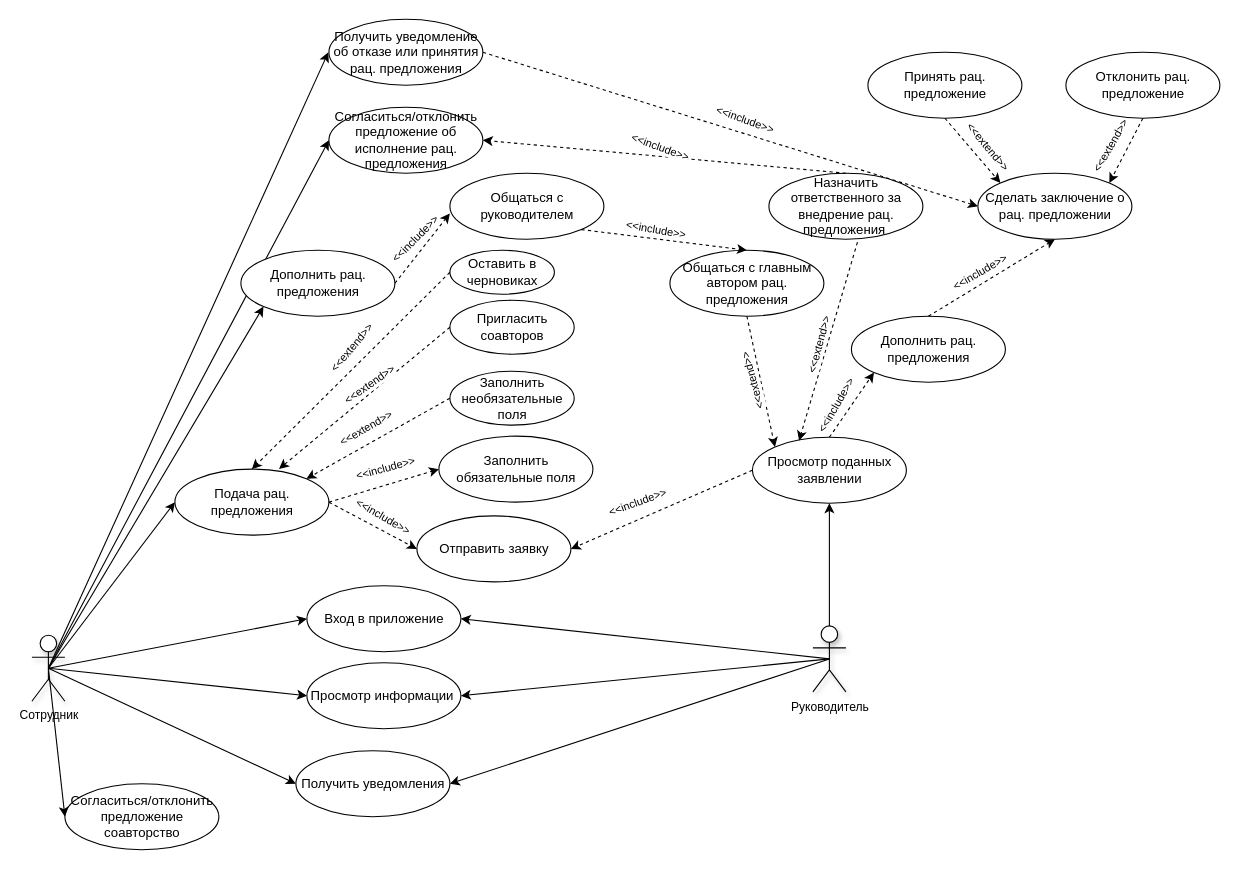
The draw.io diagram page "Диаграмма прецедентов" (4 of 4) of IDEF0.drawio in Ideas-maker/diagram, before the edit. Source tidied: cells renumbered, new cells numbered last; positions are measured from the earlier drawing's top-left corner, leaving out a move shared by most shapes. Both pictures are drawn from the tidied source at 110%, with x=0, y=0 at pixel (31, 19).
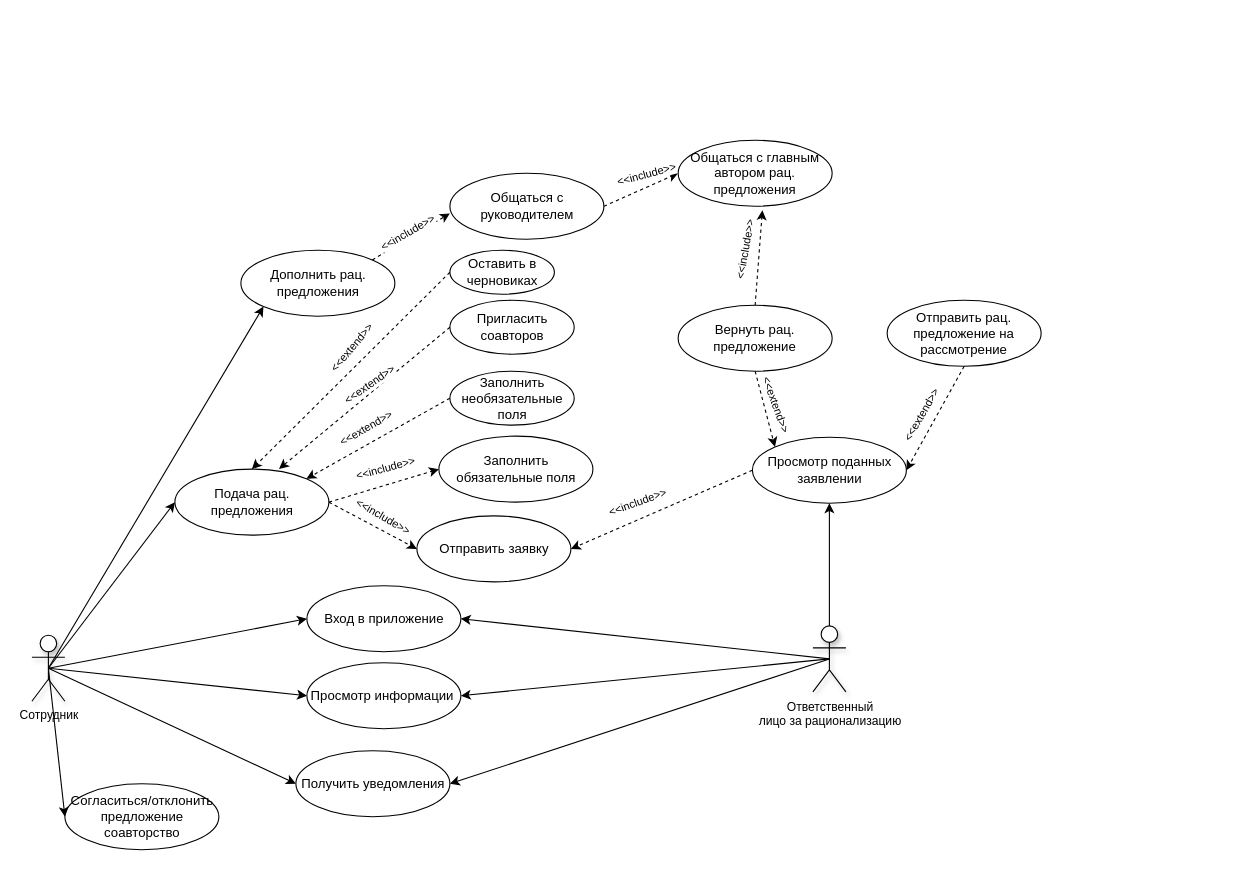
The same diagram, later.

Unchanged cells that the change refers to:
```xml
<mxCell id="2" value="Сотрудник" style="shape=umlActor;verticalLabelPosition=bottom;labelBackgroundColor=#ffffff;verticalAlign=top;html=1;outlineConnect=0;rounded=0;shadow=1;glass=0;comic=0;strokeColor=#000000;fillColor=#ffffff;fontSize=11;fontColor=#000000;" parent="1" vertex="1">
  <mxGeometry x="0.5" y="560" width="30" height="60" as="geometry" />
</mxCell>
<mxCell id="12" value="Просмотр поданных заявлении" style="ellipse;whiteSpace=wrap;html=1;" parent="1" vertex="1">
  <mxGeometry x="655.5" y="380" width="140" height="60" as="geometry" />
</mxCell>
<mxCell id="17" value="Общаться с руководителем" style="ellipse;whiteSpace=wrap;html=1;" parent="1" vertex="1">
  <mxGeometry x="380.5" y="140" width="140" height="60" as="geometry" />
</mxCell>
<mxCell id="47" value="Дополнить рац. предложения" style="ellipse;whiteSpace=wrap;html=1;" parent="1" vertex="1">
  <mxGeometry x="190.5" y="210" width="140" height="60" as="geometry" />
</mxCell>
```

What changed in the source:
```diff
@@
-    <mxCell id="3" value="Руководитель" style="shape=umlActor;verticalLabelPosition=bottom;labelBackgroundColor=#ffffff;verticalAlign=top;html=1;outlineConnect=0;rounded=0;shadow=1;glass=0;comic=0;strokeColor=#000000;fillColor=#ffffff;fontSize=11;fontColor=#000000;" parent="1" vertex="1">
+    <mxCell id="3" value="Ответственный &lt;br&gt;лицо за рационализацию" style="shape=umlActor;verticalLabelPosition=bottom;labelBackgroundColor=#ffffff;verticalAlign=top;html=1;outlineConnect=0;rounded=0;shadow=1;glass=0;comic=0;strokeColor=#000000;fillColor=#ffffff;fontSize=11;fontColor=#000000;" parent="1" vertex="1">
       <mxGeometry x="710.5" y="551.5" width="30" height="60" as="geometry" />
     </mxCell>
@@
-    <mxCell id="15" value="Дополнить рац. предложения" style="ellipse;whiteSpace=wrap;html=1;" parent="1" vertex="1">
-      <mxGeometry x="745.5" y="270" width="140" height="60" as="geometry" />
-    </mxCell>
@@
     <mxCell id="19" value="Общаться с главным автором рац. предложения" style="ellipse;whiteSpace=wrap;html=1;" parent="1" vertex="1">
-      <mxGeometry x="580.5" y="210" width="140" height="60" as="geometry" />
+      <mxGeometry x="588" y="110" width="140" height="60" as="geometry" />
     </mxCell>
-    <mxCell id="20" value="Отклонить рац. предложение" style="ellipse;whiteSpace=wrap;html=1;" parent="1" vertex="1">
-      <mxGeometry x="940.5" y="30" width="140" height="60" as="geometry" />
-    </mxCell>
-    <mxCell id="21" value="Принять рац. предложение" style="ellipse;whiteSpace=wrap;html=1;" parent="1" vertex="1">
-      <mxGeometry x="760.5" y="30" width="140" height="60" as="geometry" />
+    <mxCell id="21" value="Отправить рац. предложение на рассмотрение" style="ellipse;whiteSpace=wrap;html=1;" parent="1" vertex="1">
+      <mxGeometry x="778" y="255.5" width="140" height="60" as="geometry" />
     </mxCell>
-    <mxCell id="22" value="Сделать заключение о рац. предложении" style="ellipse;whiteSpace=wrap;html=1;" parent="1" vertex="1">
-      <mxGeometry x="860.5" y="140" width="140" height="60" as="geometry" />
-    </mxCell>
@@
-    <mxCell id="38" style="endArrow=classic;html=1;exitX=0.5;exitY=0;exitDx=0;exitDy=0;dashed=1;entryX=0;entryY=1;entryDx=0;entryDy=0;" parent="1" edge="1" source="12" target="15">
-      <mxGeometry relative="1" as="geometry" />
-    </mxCell>
-    <mxCell id="39" value="&lt;font style=&quot;font-size: 10px;&quot;&gt;&amp;lt;&amp;lt;include&amp;gt;&amp;gt;&lt;/font&gt;" style="text;html=1;align=center;verticalAlign=middle;labelBackgroundColor=#ffffff;rotation=-60;fontSize=10;" parent="38" vertex="1">
-      <mxGeometry x="0.39" y="-1" relative="1" as="geometry">
-        <mxPoint x="-24" y="11.5" as="offset" />
-      </mxGeometry>
-    </mxCell>
@@
-    <mxCell id="44" style="endArrow=classic;html=1;exitX=0.5;exitY=0.5;exitDx=0;exitDy=0;exitPerimeter=0;entryX=0;entryY=0.5;entryDx=0;entryDy=0;" parent="1" edge="1" source="2" target="62">
-      <mxGeometry relative="1" as="geometry" />
-    </mxCell>
-    <mxCell id="45" style="endArrow=classic;html=1;entryX=0;entryY=0;entryDx=0;entryDy=0;exitX=0.5;exitY=1;exitDx=0;exitDy=0;dashed=1;" parent="1" edge="1" source="19" target="12">
-      <mxGeometry relative="1" as="geometry" />
-    </mxCell>
-    <mxCell id="46" value="&lt;font style=&quot;font-size: 10px;&quot;&gt;&amp;lt;&amp;lt;extend&amp;gt;&amp;gt;&lt;/font&gt;" style="text;html=1;align=center;verticalAlign=middle;labelBackgroundColor=#ffffff;rotation=-105;fontSize=10;" parent="45" vertex="1">
-      <mxGeometry x="0.39" y="-1" relative="1" as="geometry">
-        <mxPoint x="-11.5" y="-22.5" as="offset" />
-      </mxGeometry>
-    </mxCell>
@@
-    <mxCell id="49" style="endArrow=classic;html=1;exitX=1;exitY=0.5;exitDx=0;exitDy=0;dashed=1;entryX=0;entryY=0.608;entryDx=0;entryDy=0;entryPerimeter=0;" parent="1" edge="1" source="47" target="17">
+    <mxCell id="49" style="endArrow=classic;html=1;exitX=1;exitY=0;exitDx=0;exitDy=0;dashed=1;entryX=0;entryY=0.608;entryDx=0;entryDy=0;entryPerimeter=0;" parent="1" edge="1" source="47" target="17">
       <mxGeometry relative="1" as="geometry" />
     </mxCell>
-    <mxCell id="50" value="&lt;font style=&quot;font-size: 10px;&quot;&gt;&amp;lt;&amp;lt;include&amp;gt;&amp;gt;&lt;/font&gt;" style="text;html=1;align=center;verticalAlign=middle;labelBackgroundColor=#ffffff;rotation=-45;fontSize=10;" parent="49" vertex="1">
+    <mxCell id="50" value="&lt;font style=&quot;font-size: 10px;&quot;&gt;&amp;lt;&amp;lt;include&amp;gt;&amp;gt;&lt;/font&gt;" style="text;html=1;align=center;verticalAlign=middle;labelBackgroundColor=#ffffff;rotation=-30;fontSize=10;" parent="49" vertex="1">
       <mxGeometry x="0.39" y="-1" relative="1" as="geometry">
         <mxPoint x="-18" y="3.5" as="offset" />
       </mxGeometry>
     </mxCell>
-    <mxCell id="51" style="endArrow=classic;html=1;exitX=1;exitY=1;exitDx=0;exitDy=0;dashed=1;entryX=0.5;entryY=0;entryDx=0;entryDy=0;" parent="1" edge="1" source="17" target="19">
+    <mxCell id="51" style="endArrow=classic;html=1;exitX=1;exitY=0.5;exitDx=0;exitDy=0;dashed=1;entryX=0;entryY=0.5;entryDx=0;entryDy=0;" parent="1" edge="1" source="17" target="19">
       <mxGeometry relative="1" as="geometry" />
     </mxCell>
-    <mxCell id="52" value="&lt;font style=&quot;font-size: 10px;&quot;&gt;&amp;lt;&amp;lt;include&amp;gt;&amp;gt;&lt;/font&gt;" style="text;html=1;align=center;verticalAlign=middle;labelBackgroundColor=#ffffff;rotation=10;fontSize=10;" parent="51" vertex="1">
+    <mxCell id="52" value="&lt;font style=&quot;font-size: 10px;&quot;&gt;&amp;lt;&amp;lt;include&amp;gt;&amp;gt;&lt;/font&gt;" style="text;html=1;align=center;verticalAlign=middle;labelBackgroundColor=#ffffff;rotation=-15;fontSize=10;" parent="51" vertex="1">
       <mxGeometry x="0.39" y="-1" relative="1" as="geometry">
-        <mxPoint x="-36.5" y="-15" as="offset" />
+        <mxPoint x="-9.5" y="-10" as="offset" />
       </mxGeometry>
     </mxCell>
-    <mxCell id="53" style="endArrow=classic;html=1;exitX=0.5;exitY=0;exitDx=0;exitDy=0;dashed=1;entryX=0.5;entryY=1;entryDx=0;entryDy=0;" parent="1" edge="1" source="15" target="22">
-      <mxGeometry relative="1" as="geometry" />
-    </mxCell>
-    <mxCell id="54" value="&lt;font style=&quot;font-size: 10px;&quot;&gt;&amp;lt;&amp;lt;include&amp;gt;&amp;gt;&lt;/font&gt;" style="text;html=1;align=center;verticalAlign=middle;labelBackgroundColor=#ffffff;rotation=-30;fontSize=10;" parent="53" vertex="1">
-      <mxGeometry x="0.39" y="-1" relative="1" as="geometry">
-        <mxPoint x="-35" y="7.5" as="offset" />
-      </mxGeometry>
-    </mxCell>
-    <mxCell id="55" style="endArrow=classic;html=1;entryX=0;entryY=0;entryDx=0;entryDy=0;exitX=0.5;exitY=1;exitDx=0;exitDy=0;dashed=1;" parent="1" edge="1" source="21" target="22">
+    <mxCell id="55" style="endArrow=classic;html=1;entryX=1;entryY=0.5;entryDx=0;entryDy=0;exitX=0.5;exitY=1;exitDx=0;exitDy=0;dashed=1;" parent="1" edge="1" source="21" target="12">
       <mxGeometry relative="1" as="geometry" />
     </mxCell>
-    <mxCell id="56" value="&lt;font style=&quot;font-size: 10px;&quot;&gt;&amp;lt;&amp;lt;extend&amp;gt;&amp;gt;&lt;/font&gt;" style="text;html=1;align=center;verticalAlign=middle;labelBackgroundColor=#ffffff;rotation=50;fontSize=10;" parent="55" vertex="1">
+    <mxCell id="56" value="&lt;font style=&quot;font-size: 10px;&quot;&gt;&amp;lt;&amp;lt;extend&amp;gt;&amp;gt;&lt;/font&gt;" style="text;html=1;align=center;verticalAlign=middle;labelBackgroundColor=#ffffff;rotation=-60;fontSize=10;" parent="55" vertex="1">
       <mxGeometry x="0.39" y="-1" relative="1" as="geometry">
-        <mxPoint x="5.5" y="-16.5" as="offset" />
+        <mxPoint x="-2.5" y="-20.5" as="offset" />
       </mxGeometry>
     </mxCell>
-    <mxCell id="57" style="endArrow=classic;html=1;entryX=1;entryY=0;entryDx=0;entryDy=0;exitX=0.5;exitY=1;exitDx=0;exitDy=0;dashed=1;" parent="1" edge="1" source="20" target="22">
-      <mxGeometry relative="1" as="geometry" />
-    </mxCell>
-    <mxCell id="58" value="&lt;font style=&quot;font-size: 10px;&quot;&gt;&amp;lt;&amp;lt;extend&amp;gt;&amp;gt;&lt;/font&gt;" style="text;html=1;align=center;verticalAlign=middle;labelBackgroundColor=#ffffff;rotation=-60;fontSize=10;" parent="57" vertex="1">
-      <mxGeometry x="0.39" y="-1" relative="1" as="geometry">
-        <mxPoint x="-8" y="-15" as="offset" />
-      </mxGeometry>
-    </mxCell>
-    <mxCell id="59" value="Назначить ответственного за внедрение рац. предложения&amp;nbsp;" style="ellipse;whiteSpace=wrap;html=1;" parent="1" vertex="1">
-      <mxGeometry x="670.5" y="140" width="140" height="60" as="geometry" />
-    </mxCell>
-    <mxCell id="60" style="endArrow=classic;html=1;entryX=0.303;entryY=0.052;entryDx=0;entryDy=0;exitX=0.575;exitY=1.044;exitDx=0;exitDy=0;dashed=1;exitPerimeter=0;entryPerimeter=0;" parent="1" edge="1" source="59" target="12">
-      <mxGeometry relative="1" as="geometry" />
-    </mxCell>
-    <mxCell id="61" value="&lt;font style=&quot;font-size: 10px;&quot;&gt;&amp;lt;&amp;lt;extend&amp;gt;&amp;gt;&lt;/font&gt;" style="text;html=1;align=center;verticalAlign=middle;labelBackgroundColor=#ffffff;rotation=-75;fontSize=10;" parent="60" vertex="1">
-      <mxGeometry x="0.39" y="-1" relative="1" as="geometry">
-        <mxPoint x="2.5" y="-31.5" as="offset" />
-      </mxGeometry>
-    </mxCell>
-    <mxCell id="62" value="Согласиться/отклонить предложение об исполнение рац. предложения" style="ellipse;whiteSpace=wrap;html=1;" parent="1" vertex="1">
-      <mxGeometry x="270.5" y="80" width="140" height="60" as="geometry" />
-    </mxCell>
-    <mxCell id="63" style="endArrow=classic;html=1;exitX=0.5;exitY=0;exitDx=0;exitDy=0;dashed=1;entryX=1;entryY=0.5;entryDx=0;entryDy=0;" parent="1" edge="1" source="59" target="62">
-      <mxGeometry relative="1" as="geometry" />
-    </mxCell>
-    <mxCell id="64" value="&lt;font style=&quot;font-size: 10px;&quot;&gt;&amp;lt;&amp;lt;include&amp;gt;&amp;gt;&lt;/font&gt;" style="text;html=1;align=center;verticalAlign=middle;labelBackgroundColor=#ffffff;rotation=20;fontSize=10;" parent="63" vertex="1">
-      <mxGeometry x="0.39" y="-1" relative="1" as="geometry">
-        <mxPoint x="60" y="-3" as="offset" />
-      </mxGeometry>
-    </mxCell>
-    <mxCell id="65" value="Получить уведомление об отказе или принятия рац. предложения" style="ellipse;whiteSpace=wrap;html=1;" parent="1" vertex="1">
-      <mxGeometry x="270.5" width="140" height="60" as="geometry" />
-    </mxCell>
-    <mxCell id="66" style="endArrow=classic;html=1;exitX=0.5;exitY=0.5;exitDx=0;exitDy=0;exitPerimeter=0;" parent="1" edge="1" source="2">
-      <mxGeometry relative="1" as="geometry">
-        <mxPoint x="270" y="30" as="targetPoint" />
-      </mxGeometry>
-    </mxCell>
-    <mxCell id="67" style="endArrow=classic;html=1;exitX=1;exitY=0.5;exitDx=0;exitDy=0;dashed=1;entryX=0;entryY=0.5;entryDx=0;entryDy=0;" parent="1" edge="1" source="65" target="22">
-      <mxGeometry relative="1" as="geometry" />
-    </mxCell>
-    <mxCell id="68" value="&lt;font style=&quot;font-size: 10px;&quot;&gt;&amp;lt;&amp;lt;include&amp;gt;&amp;gt;&lt;/font&gt;" style="text;html=1;align=center;verticalAlign=middle;labelBackgroundColor=#ffffff;rotation=20;fontSize=10;" parent="67" vertex="1">
-      <mxGeometry x="0.39" y="-1" relative="1" as="geometry">
-        <mxPoint x="-74.5" y="-38" as="offset" />
-      </mxGeometry>
-    </mxCell>
+    <mxCell id="69" value="Вернуть рац. предложение" style="ellipse;whiteSpace=wrap;html=1;" parent="1" vertex="1">
+      <mxGeometry x="588" y="260" width="140" height="60" as="geometry" />
+    </mxCell>
+    <mxCell id="70" style="endArrow=classic;html=1;entryX=0;entryY=0;entryDx=0;entryDy=0;exitX=0.5;exitY=1;exitDx=0;exitDy=0;dashed=1;" parent="1" edge="1" source="69" target="12">
+      <mxGeometry relative="1" as="geometry" />
+    </mxCell>
+    <mxCell id="71" value="&lt;font style=&quot;font-size: 10px;&quot;&gt;&amp;lt;&amp;lt;extend&amp;gt;&amp;gt;&lt;/font&gt;" style="text;html=1;align=center;verticalAlign=middle;labelBackgroundColor=#ffffff;rotation=70;fontSize=10;" parent="70" vertex="1">
+      <mxGeometry x="0.39" y="-1" relative="1" as="geometry">
+        <mxPoint x="8.5" y="-18.5" as="offset" />
+      </mxGeometry>
+    </mxCell>
+    <mxCell id="72" style="endArrow=classic;html=1;exitX=0.5;exitY=0;exitDx=0;exitDy=0;dashed=1;entryX=0.547;entryY=1.062;entryDx=0;entryDy=0;entryPerimeter=0;" parent="1" edge="1" source="69" target="19">
+      <mxGeometry relative="1" as="geometry" />
+    </mxCell>
+    <mxCell id="73" value="&lt;font style=&quot;font-size: 10px;&quot;&gt;&amp;lt;&amp;lt;include&amp;gt;&amp;gt;&lt;/font&gt;" style="text;html=1;align=center;verticalAlign=middle;labelBackgroundColor=#ffffff;rotation=-80;fontSize=10;" parent="72" vertex="1">
+      <mxGeometry x="0.39" y="-1" relative="1" as="geometry">
+        <mxPoint x="-15.5" y="10" as="offset" />
+      </mxGeometry>
+    </mxCell>
```
